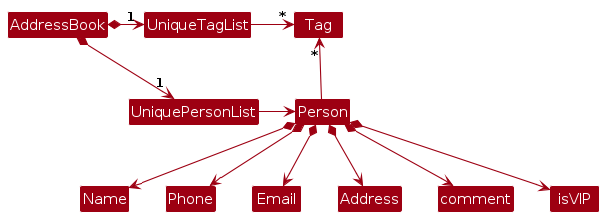
Before: diagrams/BetterModelClassDiagram.png, a diagram exported from PlantUML (AY2425S1-CS2103T-T17-2/tp). Its source is kept beside it as diagrams/BetterModelClassDiagram.puml. Source of this version:
```plantuml
@startuml
!include style.puml
skinparam arrowThickness 1.1
skinparam arrowColor MODEL_COLOR
skinparam classBackgroundColor MODEL_COLOR

AddressBook *-right-> "1" UniquePersonList
AddressBook *-right-> "1" UniqueTagList
UniqueTagList -[hidden]down- UniquePersonList
UniqueTagList -[hidden]down- UniquePersonList

UniqueTagList -right-> "*" Tag
UniquePersonList -right-> Person

Person -up-> "*" Tag

Person *--> Name
Person *--> Phone
Person *--> Email
Person *--> Address
Person *--> comment
Person *--> isVIP
@enduml
```
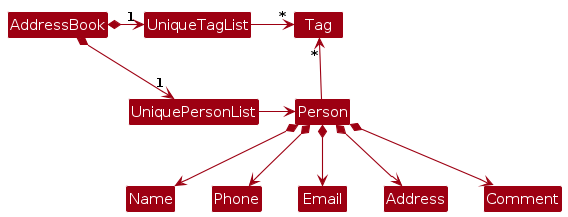
Above is the later version.

Diff of the diagram source:
```diff
@@ -18,6 +18,5 @@
 Person *--> Phone
 Person *--> Email
 Person *--> Address
-Person *--> comment
-Person *--> isVIP
+Person *--> Comment
 @enduml
```
